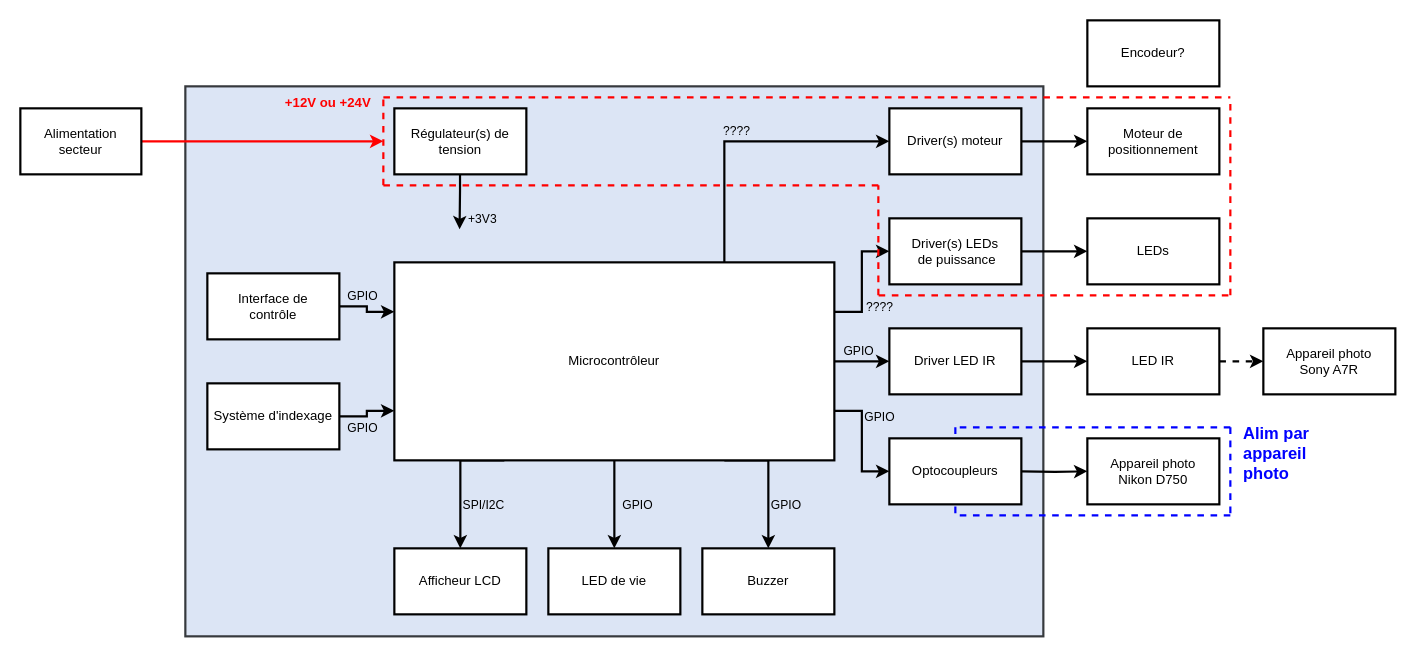
Earlier version of the draw.io diagram doc/Diagrammes/SchemaBlocDetaille.drawio (Belprot/2309_AutomatisationPriseImageRTI). Source tidied: cells renumbered, new cells numbered last; positions are measured from the earlier drawing's top-left corner, leaving out a move shared by most shapes. Both pictures are drawn from the tidied source at 110%, with x=0, y=0 at pixel (20, 20).
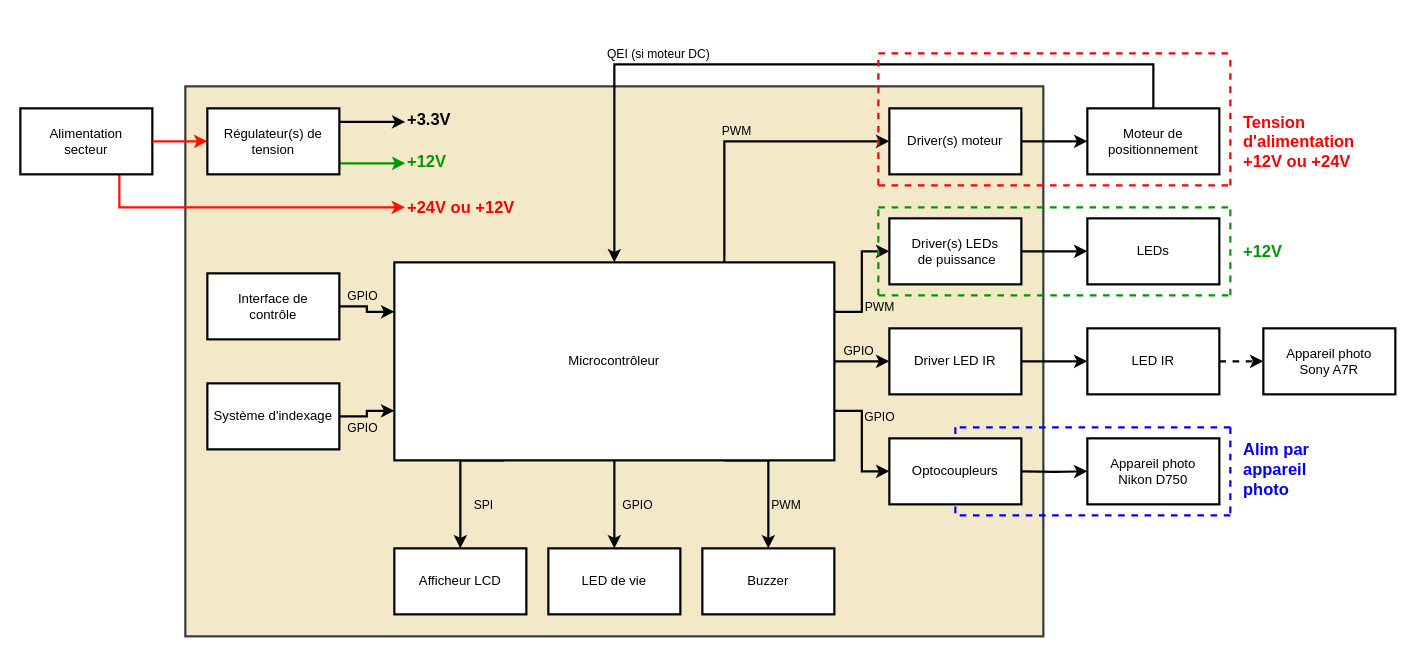
The same page after the edit.

Unchanged cells that the change refers to:
```xml
<mxCell id="8" value="Moteur de positionnement" style="rounded=0;whiteSpace=wrap;html=1;strokeWidth=2;" parent="1" vertex="1">
  <mxGeometry x="970" y="80" width="120" height="60" as="geometry" />
</mxCell>
<mxCell id="22" style="edgeStyle=orthogonalEdgeStyle;rounded=0;jettySize=auto;html=1;exitX=0.25;exitY=1;exitDx=0;exitDy=0;entryX=0.5;entryY=0;entryDx=0;entryDy=0;strokeWidth=2;" parent="1" edge="1" source="36" target="9">
  <mxGeometry relative="1" as="geometry">
    <Array as="points">
      <mxPoint x="400" y="400" />
    </Array>
  </mxGeometry>
</mxCell>
<mxCell id="26" style="edgeStyle=orthogonalEdgeStyle;rounded=0;jettySize=auto;html=1;exitX=0.75;exitY=1;exitDx=0;exitDy=0;entryX=0.5;entryY=0;entryDx=0;entryDy=0;strokeWidth=2;" parent="1" edge="1" source="36" target="41">
  <mxGeometry relative="1" as="geometry">
    <Array as="points">
      <mxPoint x="680" y="400" />
    </Array>
  </mxGeometry>
</mxCell>
<mxCell id="30" style="edgeStyle=orthogonalEdgeStyle;rounded=0;jettySize=auto;html=1;exitX=1;exitY=0.25;exitDx=0;exitDy=0;strokeWidth=2;" parent="1" edge="1" source="36" target="4">
  <mxGeometry relative="1" as="geometry" />
</mxCell>
<mxCell id="32" style="edgeStyle=orthogonalEdgeStyle;rounded=0;jettySize=auto;html=1;exitX=0.75;exitY=0;exitDx=0;exitDy=0;entryX=0;entryY=0.5;entryDx=0;entryDy=0;strokeWidth=2;" parent="1" edge="1" source="36" target="7">
  <mxGeometry relative="1" as="geometry" />
</mxCell>
<mxCell id="36" value="Microcontrôleur" style="rounded=0;whiteSpace=wrap;html=1;strokeWidth=2;" parent="1" vertex="1">
  <mxGeometry x="340" y="220" width="400" height="180" as="geometry" />
</mxCell>
```

The edit, as a diff of the source:
```diff
@@
-    <mxCell id="2" style="rounded=0;whiteSpace=wrap;html=1;fillColor=#DCE5F5;strokeColor=#36393d;strokeWidth=2;" parent="1" vertex="1">
+    <mxCell id="2" style="rounded=0;whiteSpace=wrap;html=1;fillColor=#F3E9C9;strokeColor=#36393d;strokeWidth=2;" parent="1" vertex="1">
       <mxGeometry x="150" y="60" width="780" height="500" as="geometry" />
     </mxCell>
@@
-    <mxCell id="13" style="edgeStyle=orthogonalEdgeStyle;rounded=0;orthogonalLoop=1;jettySize=auto;html=1;exitX=0.5;exitY=1;exitDx=0;exitDy=0;entryX=0.32;entryY=0.26;entryDx=0;entryDy=0;entryPerimeter=0;strokeWidth=2;" parent="1" edge="1">
-      <mxGeometry relative="1" as="geometry">
-        <mxPoint x="399.7" y="140" as="sourcePoint" />
-        <mxPoint x="399.3" y="190" as="targetPoint" />
-        <Array as="points">
-          <mxPoint x="399.7" y="155" />
-        </Array>
-      </mxGeometry>
-    </mxCell>
-    <mxCell id="14" value="&lt;div&gt;+3V3&lt;/div&gt;" style="edgeLabel;html=1;align=center;verticalAlign=middle;labelBackgroundColor=none;" parent="13" vertex="1">
-      <mxGeometry x="-0.21" y="1" relative="1" as="geometry">
-        <mxPoint x="19" y="20" as="offset" />
-      </mxGeometry>
-    </mxCell>
-    <mxCell id="15" value="Régulateur(s) de tension" style="rounded=0;whiteSpace=wrap;html=1;strokeWidth=2;" parent="1" vertex="1">
-      <mxGeometry x="340" y="80" width="120" height="60" as="geometry" />
-    </mxCell>
@@
-    <mxCell id="23" value="SPI/I2C" style="edgeLabel;html=1;align=center;verticalAlign=middle;labelBackgroundColor=none;" parent="22" vertex="1">
+    <mxCell id="23" value="SPI" style="edgeLabel;html=1;align=center;verticalAlign=middle;labelBackgroundColor=none;" parent="22" vertex="1">
       <mxGeometry x="0.26" y="2" relative="1" as="geometry">
         <mxPoint x="18" y="4" as="offset" />
       </mxGeometry>
     </mxCell>
@@
-    <mxCell id="27" value="GPIO" style="edgeLabel;html=1;align=center;verticalAlign=middle;labelBackgroundColor=none;" parent="26" vertex="1">
+    <mxCell id="27" value="PWM" style="edgeLabel;html=1;align=center;verticalAlign=middle;labelBackgroundColor=none;" parent="26" vertex="1">
       <mxGeometry x="0.35" y="-1" relative="1" as="geometry">
         <mxPoint x="16" y="-1" as="offset" />
       </mxGeometry>
     </mxCell>
@@
-    <mxCell id="31" value="????" style="edgeLabel;html=1;align=center;verticalAlign=middle;labelBackgroundColor=none;" parent="30" vertex="1">
+    <mxCell id="31" value="PWM" style="edgeLabel;html=1;align=center;verticalAlign=middle;labelBackgroundColor=none;" parent="30" vertex="1">
       <mxGeometry x="-0.61" y="-2" relative="1" as="geometry">
         <mxPoint x="20" y="-7" as="offset" />
       </mxGeometry>
     </mxCell>
@@
-    <mxCell id="33" value="????" style="edgeLabel;html=1;align=center;verticalAlign=middle;labelBackgroundColor=none;" parent="32" vertex="1">
+    <mxCell id="33" value="PWM" style="edgeLabel;html=1;align=center;verticalAlign=middle;labelBackgroundColor=none;" parent="32" vertex="1">
       <mxGeometry x="0.64" y="-2" relative="1" as="geometry">
         <mxPoint x="-93" y="-12" as="offset" />
       </mxGeometry>
     </mxCell>
@@
-    <mxCell id="43" style="endArrow=none;html=1;rounded=0;dashed=1;strokeWidth=2;strokeColor=#FF0000;" parent="1" edge="1">
-      <mxGeometry relative="1" as="geometry">
-        <mxPoint x="330" y="70" as="sourcePoint" />
-        <mxPoint x="1100" y="70" as="targetPoint" />
-      </mxGeometry>
-    </mxCell>
-    <mxCell id="44" style="endArrow=none;html=1;rounded=0;dashed=1;strokeWidth=2;strokeColor=#FF0000;entryX=0.808;entryY=0.18;entryDx=0;entryDy=0;entryPerimeter=0;" parent="1" edge="1" target="2">
-      <mxGeometry relative="1" as="geometry">
-        <mxPoint x="330" y="150" as="sourcePoint" />
-      </mxGeometry>
-    </mxCell>
-    <mxCell id="45" style="endArrow=none;html=1;rounded=0;dashed=1;strokeWidth=2;strokeColor=#FF0000;" parent="1" edge="1">
-      <mxGeometry relative="1" as="geometry">
-        <mxPoint x="1100" y="250" as="sourcePoint" />
-        <mxPoint x="1100" y="70" as="targetPoint" />
-      </mxGeometry>
-    </mxCell>
-    <mxCell id="46" style="endArrow=none;html=1;rounded=0;dashed=1;strokeWidth=2;strokeColor=#FF0000;exitX=0.808;exitY=0.38;exitDx=0;exitDy=0;exitPerimeter=0;" parent="1" edge="1" source="2">
+    <mxCell id="46" style="endArrow=none;html=1;rounded=0;dashed=1;strokeWidth=2;strokeColor=#009900;exitX=0.808;exitY=0.38;exitDx=0;exitDy=0;exitPerimeter=0;" parent="1" edge="1" source="2">
       <mxGeometry relative="1" as="geometry">
         <mxPoint x="1100" y="250" as="targetPoint" />
       </mxGeometry>
     </mxCell>
-    <mxCell id="47" style="endArrow=none;html=1;rounded=0;dashed=1;strokeWidth=2;strokeColor=#FF0000;" parent="1" edge="1">
-      <mxGeometry relative="1" as="geometry">
-        <mxPoint x="780" y="250" as="sourcePoint" />
-        <mxPoint x="780" y="150" as="targetPoint" />
-      </mxGeometry>
-    </mxCell>
-    <mxCell id="48" style="endArrow=none;html=1;rounded=0;dashed=1;strokeWidth=2;strokeColor=#FF0000;" parent="1" edge="1">
-      <mxGeometry relative="1" as="geometry">
-        <mxPoint x="330" y="150" as="sourcePoint" />
-        <mxPoint x="330" y="70" as="targetPoint" />
-      </mxGeometry>
-    </mxCell>
-    <mxCell id="49" style="edgeStyle=orthogonalEdgeStyle;rounded=0;jettySize=auto;html=1;strokeColor=#FF0000;strokeWidth=2;" parent="1" edge="1" source="50">
-      <mxGeometry relative="1" as="geometry">
-        <mxPoint x="330" y="110" as="targetPoint" />
-      </mxGeometry>
-    </mxCell>
-    <mxCell id="50" value="Alimentation secteur" style="rounded=0;whiteSpace=wrap;html=1;strokeWidth=2;" parent="1" vertex="1">
-      <mxGeometry y="80" width="110" height="60" as="geometry" />
-    </mxCell>
@@
     <mxCell id="56" value="&lt;font color=&quot;#0000FF&quot;&gt;Alim par appareil photo&lt;/font&gt;" style="text;html=1;strokeColor=none;fillColor=none;align=left;verticalAlign=top;whiteSpace=wrap;rounded=0;fontColor=#FF0000;fontStyle=1;fontSize=15;" parent="1" vertex="1">
-      <mxGeometry x="1110" y="360" width="90" height="70" as="geometry" />
+      <mxGeometry x="1110" y="375" width="90" height="70" as="geometry" />
     </mxCell>
-    <mxCell id="57" value="Encodeur?" style="rounded=0;whiteSpace=wrap;html=1;strokeWidth=2;" parent="1" vertex="1">
-      <mxGeometry x="970" width="120" height="60" as="geometry" />
-    </mxCell>
-    <mxCell id="58" value="+12V ou +24V" style="text;html=1;strokeColor=none;fillColor=none;align=center;verticalAlign=middle;whiteSpace=wrap;rounded=0;fontStyle=1;fontColor=#FF0000;" parent="1" vertex="1">
-      <mxGeometry x="230" y="60" width="100" height="30" as="geometry" />
-    </mxCell>
+    <mxCell id="59" style="edgeStyle=orthogonalEdgeStyle;rounded=0;jettySize=auto;html=1;exitX=0.5;exitY=0;exitDx=0;exitDy=0;entryX=0.5;entryY=0;entryDx=0;entryDy=0;strokeWidth=2;" parent="1" edge="1" source="8" target="36">
+      <mxGeometry relative="1" as="geometry">
+        <Array as="points">
+          <mxPoint x="1030" y="40" />
+          <mxPoint x="540" y="40" />
+        </Array>
+      </mxGeometry>
+    </mxCell>
+    <mxCell id="60" value="QEI (si moteur DC)" style="edgeLabel;html=1;align=center;verticalAlign=middle;" parent="59" vertex="1">
+      <mxGeometry x="0.25" y="1" relative="1" as="geometry">
+        <mxPoint x="-47" y="-11" as="offset" />
+      </mxGeometry>
+    </mxCell>
+    <mxCell id="61" style="endArrow=none;html=1;rounded=0;dashed=1;strokeWidth=2;strokeColor=#009900;exitX=0.808;exitY=0.38;exitDx=0;exitDy=0;exitPerimeter=0;" parent="1" edge="1">
+      <mxGeometry relative="1" as="geometry">
+        <mxPoint x="780" y="170" as="sourcePoint" />
+        <mxPoint x="1100" y="170" as="targetPoint" />
+      </mxGeometry>
+    </mxCell>
+    <mxCell id="62" style="endArrow=none;html=1;rounded=0;dashed=1;strokeWidth=2;strokeColor=#009900;" parent="1" edge="1">
+      <mxGeometry relative="1" as="geometry">
+        <mxPoint x="1100" y="250" as="sourcePoint" />
+        <mxPoint x="1100" y="170" as="targetPoint" />
+      </mxGeometry>
+    </mxCell>
+    <mxCell id="63" style="endArrow=none;html=1;rounded=0;dashed=1;strokeWidth=2;strokeColor=#009900;" parent="1" edge="1">
+      <mxGeometry relative="1" as="geometry">
+        <mxPoint x="780" y="250" as="sourcePoint" />
+        <mxPoint x="780" y="170" as="targetPoint" />
+      </mxGeometry>
+    </mxCell>
+    <mxCell id="64" style="endArrow=none;html=1;rounded=0;dashed=1;strokeWidth=2;strokeColor=#FF0000;" parent="1" edge="1">
+      <mxGeometry relative="1" as="geometry">
+        <mxPoint x="1100" y="150" as="sourcePoint" />
+        <mxPoint x="1100" y="30" as="targetPoint" />
+      </mxGeometry>
+    </mxCell>
+    <mxCell id="65" value="Tension d'alimentation +12V ou +24V" style="text;html=1;strokeColor=none;fillColor=none;align=left;verticalAlign=middle;whiteSpace=wrap;rounded=0;fontStyle=1;fontColor=#FF0000;fontSize=15;" parent="1" vertex="1">
+      <mxGeometry x="1110" y="82.5" width="90" height="55" as="geometry" />
+    </mxCell>
+    <mxCell id="66" value="&lt;div style=&quot;font-size: 15px;&quot;&gt;+12V&lt;/div&gt;" style="text;html=1;strokeColor=none;fillColor=none;align=left;verticalAlign=middle;whiteSpace=wrap;rounded=0;fontStyle=1;fontColor=#009900;fontSize=15;" parent="1" vertex="1">
+      <mxGeometry x="1110" y="195" width="90" height="30" as="geometry" />
+    </mxCell>
+    <mxCell id="67" style="endArrow=none;html=1;rounded=0;dashed=1;strokeWidth=2;strokeColor=#FF0000;" parent="1" edge="1">
+      <mxGeometry relative="1" as="geometry">
+        <mxPoint x="780" y="150" as="sourcePoint" />
+        <mxPoint x="1100" y="150" as="targetPoint" />
+      </mxGeometry>
+    </mxCell>
+    <mxCell id="68" style="endArrow=none;html=1;rounded=0;dashed=1;strokeWidth=2;strokeColor=#FF0000;" parent="1" edge="1">
+      <mxGeometry relative="1" as="geometry">
+        <mxPoint x="780" y="30" as="sourcePoint" />
+        <mxPoint x="1100" y="30" as="targetPoint" />
+      </mxGeometry>
+    </mxCell>
+    <mxCell id="69" style="endArrow=none;html=1;rounded=0;dashed=1;strokeWidth=2;strokeColor=#FF0000;" parent="1" edge="1">
+      <mxGeometry relative="1" as="geometry">
+        <mxPoint x="780" y="150" as="sourcePoint" />
+        <mxPoint x="780" y="30" as="targetPoint" />
+      </mxGeometry>
+    </mxCell>
+    <mxCell id="70" style="edgeStyle=orthogonalEdgeStyle;rounded=0;orthogonalLoop=1;jettySize=auto;html=1;strokeColor=#009900;strokeWidth=2;fontColor=#009900;" parent="1" edge="1">
+      <mxGeometry relative="1" as="geometry">
+        <mxPoint x="290" y="130" as="sourcePoint" />
+        <mxPoint x="350" y="130" as="targetPoint" />
+      </mxGeometry>
+    </mxCell>
+    <mxCell id="71" style="edgeStyle=orthogonalEdgeStyle;rounded=0;orthogonalLoop=1;jettySize=auto;html=1;strokeColor=#000000;strokeWidth=2;fontColor=#000000;" parent="1" edge="1">
+      <mxGeometry relative="1" as="geometry">
+        <mxPoint x="290" y="92.3" as="sourcePoint" />
+        <mxPoint x="350" y="92.3" as="targetPoint" />
+      </mxGeometry>
+    </mxCell>
+    <mxCell id="15" value="Régulateur(s) de tension" style="rounded=0;whiteSpace=wrap;html=1;strokeWidth=2;" parent="1" vertex="1">
+      <mxGeometry x="170" y="80" width="120" height="60" as="geometry" />
+    </mxCell>
+    <mxCell id="72" value="&lt;font color=&quot;#009900&quot;&gt;+12V&lt;/font&gt;" style="text;html=1;strokeColor=none;fillColor=none;align=left;verticalAlign=middle;whiteSpace=wrap;rounded=0;fontStyle=1;fontColor=#FF0000;fontSize=15;" parent="1" vertex="1">
+      <mxGeometry x="350" y="117.5" width="60" height="20" as="geometry" />
+    </mxCell>
+    <mxCell id="73" value="+3.3V" style="text;html=1;strokeColor=none;fillColor=none;align=left;verticalAlign=middle;whiteSpace=wrap;rounded=0;fontStyle=1;fontColor=#000000;fontSize=15;" parent="1" vertex="1">
+      <mxGeometry x="350" y="80" width="60" height="20" as="geometry" />
+    </mxCell>
+    <mxCell id="74" style="edgeStyle=orthogonalEdgeStyle;rounded=0;jettySize=auto;html=1;exitX=0.75;exitY=1;exitDx=0;exitDy=0;entryX=0.256;entryY=0.22;entryDx=0;entryDy=0;entryPerimeter=0;strokeWidth=2;strokeColor=#FF1100;" parent="1" edge="1" source="50" target="2">
+      <mxGeometry relative="1" as="geometry" />
+    </mxCell>
+    <mxCell id="50" value="&lt;div&gt;Alimentation&lt;/div&gt;&lt;div&gt;secteur&lt;/div&gt;" style="rounded=0;whiteSpace=wrap;html=1;strokeWidth=2;" parent="1" vertex="1">
+      <mxGeometry y="80" width="120" height="60" as="geometry" />
+    </mxCell>
+    <mxCell id="75" style="edgeStyle=orthogonalEdgeStyle;rounded=0;orthogonalLoop=1;jettySize=auto;html=1;exitX=1;exitY=0.5;exitDx=0;exitDy=0;entryX=0;entryY=0.5;entryDx=0;entryDy=0;strokeColor=#FF1100;strokeWidth=2;" parent="1" edge="1">
+      <mxGeometry relative="1" as="geometry">
+        <mxPoint x="120" y="110" as="sourcePoint" />
+        <mxPoint x="170" y="110" as="targetPoint" />
+      </mxGeometry>
+    </mxCell>
+    <mxCell id="76" value="+24V ou +12V" style="text;html=1;strokeColor=none;fillColor=none;align=left;verticalAlign=middle;whiteSpace=wrap;rounded=0;fontStyle=1;fontColor=#FF0000;fontSize=15;" parent="1" vertex="1">
+      <mxGeometry x="350" y="160" width="120" height="20" as="geometry" />
+    </mxCell>
```
